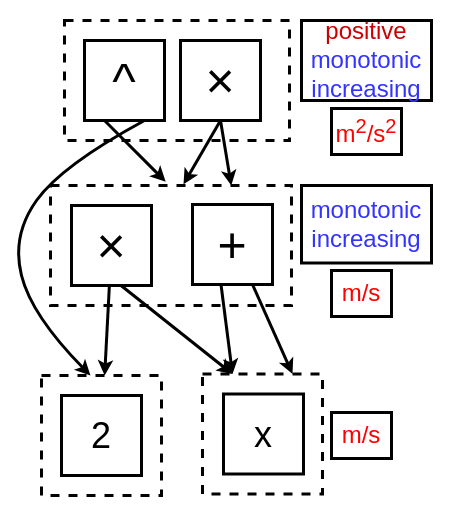
Before: page "info" (8 of 9) of draw/egraph_workshop.drawio in folivetti/egraph_slides, a draw.io diagram. Source tidied: cells renumbered, new cells numbered last; positions are measured from the earlier drawing's top-left corner, leaving out a move shared by most shapes. Both pictures are drawn from the tidied source at 100%, with x=0, y=0 at pixel (11, 20).
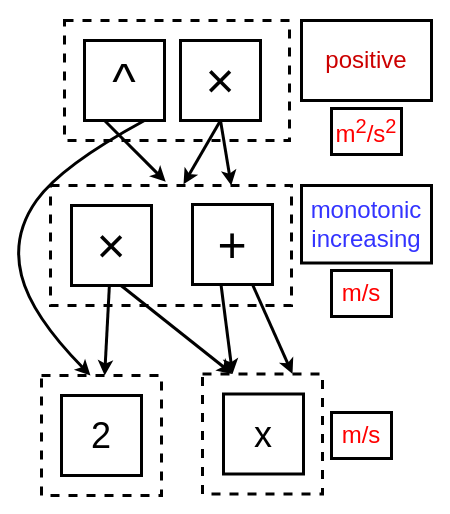
After the change.

Change to the diagram source:
```diff
@@
-    <mxCell id="17" value="&lt;span style=&quot;font-size: 24px;&quot;&gt;&lt;font style=&quot;color: rgb(204, 0, 0);&quot;&gt;positive&lt;/font&gt;&lt;/span&gt;&lt;div&gt;&lt;span style=&quot;font-size: 24px;&quot;&gt;&lt;font style=&quot;color: rgb(51, 51, 255);&quot;&gt;monotonic increasing&lt;/font&gt;&lt;/span&gt;&lt;/div&gt;" style="rounded=0;whiteSpace=wrap;html=1;strokeColor=light-dark(#000000, #575700);fillColor=none;align=center;strokeWidth=3;" parent="1" vertex="1">
+    <mxCell id="17" value="&lt;span style=&quot;font-size: 24px;&quot;&gt;&lt;font style=&quot;color: rgb(204, 0, 0);&quot;&gt;positive&lt;/font&gt;&lt;/span&gt;" style="rounded=0;whiteSpace=wrap;html=1;strokeColor=light-dark(#000000, #575700);fillColor=none;align=center;strokeWidth=3;" parent="1" vertex="1">
       <mxGeometry x="290" width="130" height="80" as="geometry" />
     </mxCell>
```
